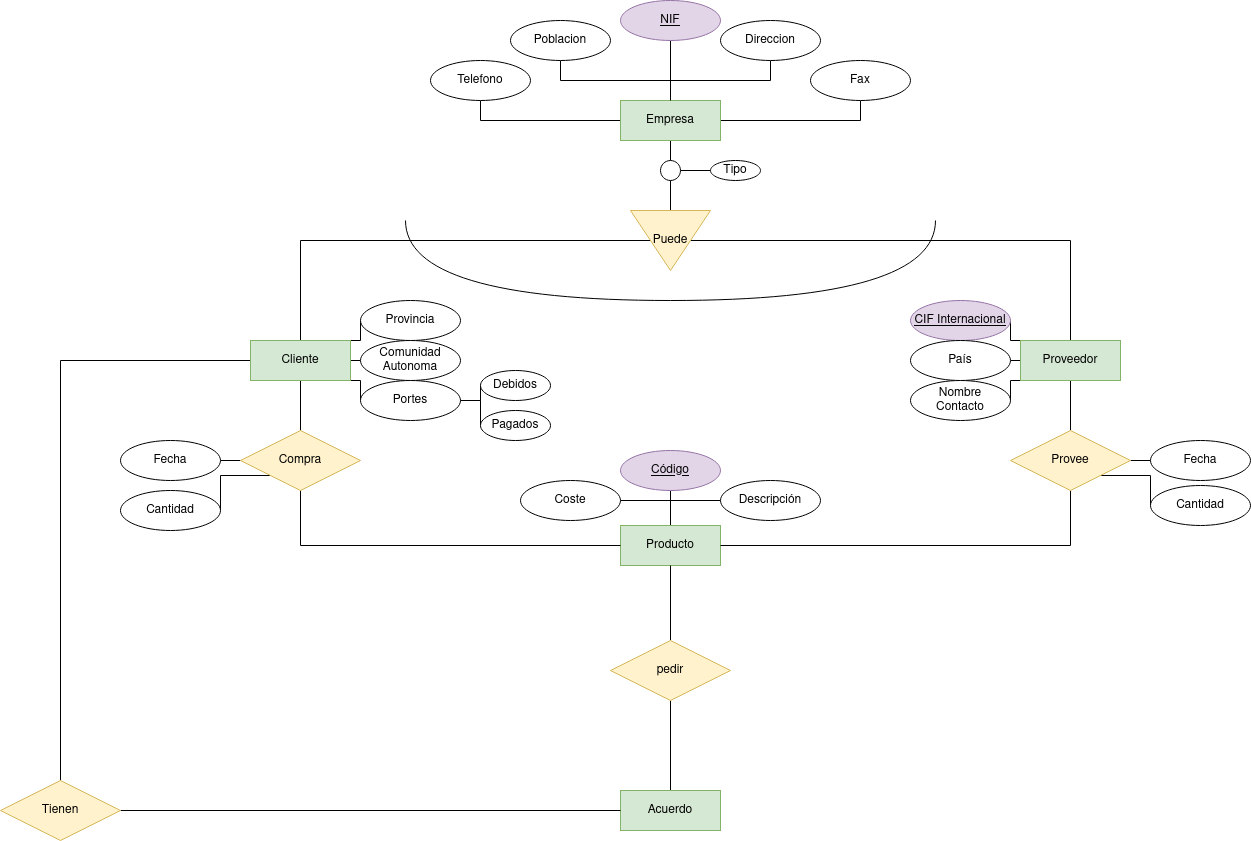
This is Unidad-1/Tareas/Tarea-evaluable4/tarea4.drawio.png from jdrguez/2-Daw, a draw.io export, as it was before one commit. Source tidied: cells renumbered, new cells last; positions are measured from the earlier drawing's top-left corner, leaving out a move shared by most shapes.
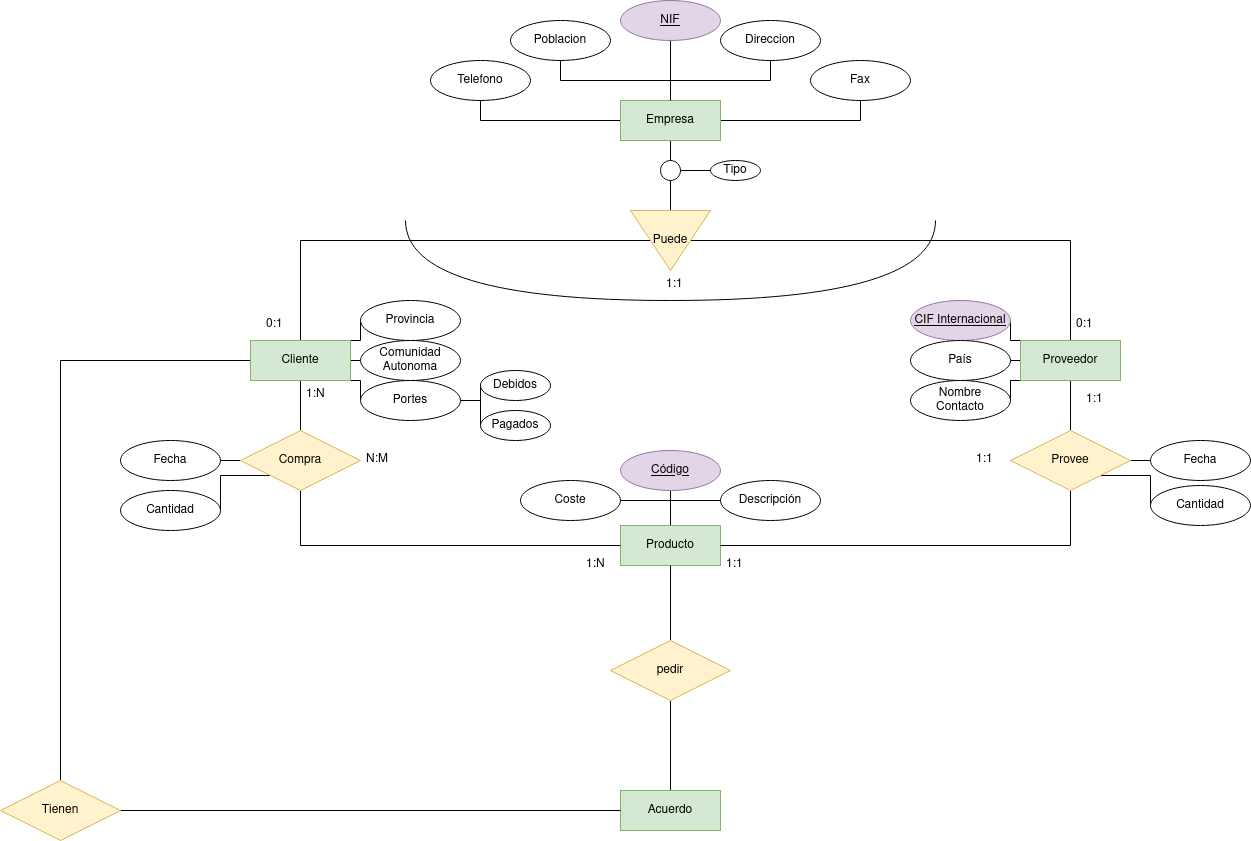
Above is the later version.

Change to the diagram source:
```diff
@@ -200,5 +200,32 @@
     <mxCell id="67" value="Cantidad" style="ellipse;whiteSpace=wrap;html=1;align=center;" parent="1" vertex="1">
       <mxGeometry x="1150" y="485" width="100" height="40" as="geometry" />
     </mxCell>
+    <mxCell id="68" value="1:1" style="text;strokeColor=none;fillColor=none;spacingLeft=4;spacingRight=4;overflow=hidden;fontSize=12;whiteSpace=wrap;html=1;" parent="1" vertex="1">
+      <mxGeometry x="1080" y="385" width="40" height="30" as="geometry" />
+    </mxCell>
+    <mxCell id="69" value="1:1" style="text;strokeColor=none;fillColor=none;spacingLeft=4;spacingRight=4;overflow=hidden;fontSize=12;whiteSpace=wrap;html=1;" parent="1" vertex="1">
+      <mxGeometry x="720" y="550" width="40" height="30" as="geometry" />
+    </mxCell>
+    <mxCell id="70" value="1:1" style="text;strokeColor=none;fillColor=none;spacingLeft=4;spacingRight=4;overflow=hidden;fontSize=12;whiteSpace=wrap;html=1;" parent="1" vertex="1">
+      <mxGeometry x="970" y="445" width="40" height="30" as="geometry" />
+    </mxCell>
+    <mxCell id="71" value="1:N" style="text;strokeColor=none;fillColor=none;spacingLeft=4;spacingRight=4;overflow=hidden;fontSize=12;whiteSpace=wrap;html=1;" parent="1" vertex="1">
+      <mxGeometry x="580" y="550" width="40" height="30" as="geometry" />
+    </mxCell>
+    <mxCell id="72" value="1:N" style="text;strokeColor=none;fillColor=none;spacingLeft=4;spacingRight=4;overflow=hidden;fontSize=12;whiteSpace=wrap;html=1;" parent="1" vertex="1">
+      <mxGeometry x="300" y="380" width="40" height="30" as="geometry" />
+    </mxCell>
+    <mxCell id="73" value="N:M" style="text;strokeColor=none;fillColor=none;spacingLeft=4;spacingRight=4;overflow=hidden;fontSize=12;whiteSpace=wrap;html=1;" parent="1" vertex="1">
+      <mxGeometry x="360" y="445" width="40" height="30" as="geometry" />
+    </mxCell>
+    <mxCell id="74" value="0:1" style="text;strokeColor=none;fillColor=none;spacingLeft=4;spacingRight=4;overflow=hidden;fontSize=12;whiteSpace=wrap;html=1;" parent="1" vertex="1">
+      <mxGeometry x="260" y="310" width="40" height="30" as="geometry" />
+    </mxCell>
+    <mxCell id="75" value="0:1" style="text;strokeColor=none;fillColor=none;spacingLeft=4;spacingRight=4;overflow=hidden;fontSize=12;whiteSpace=wrap;html=1;" parent="1" vertex="1">
+      <mxGeometry x="1070" y="310" width="40" height="30" as="geometry" />
+    </mxCell>
+    <mxCell id="76" value="1:1" style="text;strokeColor=none;fillColor=none;spacingLeft=4;spacingRight=4;overflow=hidden;fontSize=12;whiteSpace=wrap;html=1;" parent="1" vertex="1">
+      <mxGeometry x="660" y="270" width="40" height="30" as="geometry" />
+    </mxCell>
   </root>
 </mxGraphModel>
```
